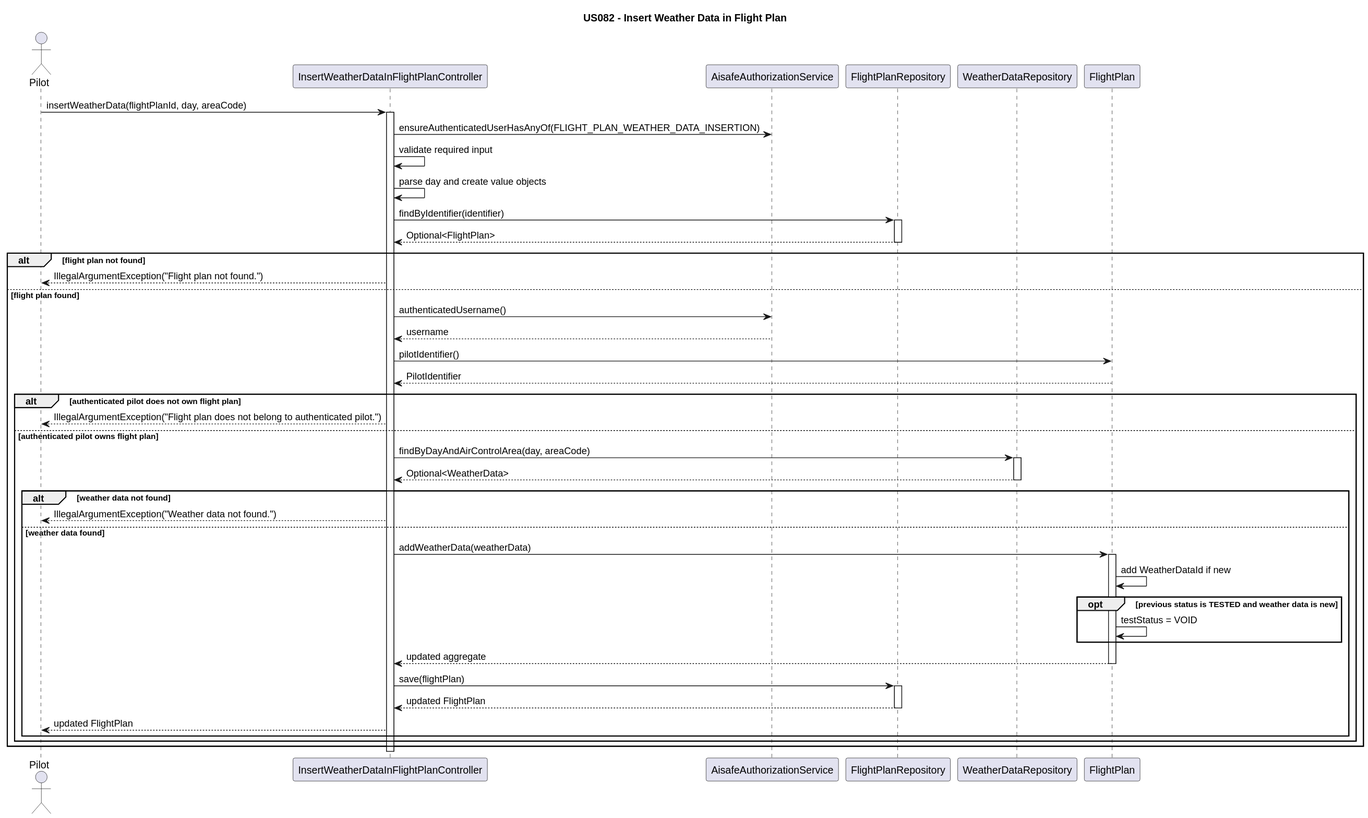
Before: docs/us_82/sequence-diagram-82.svg, a diagram exported from PlantUML (GustavoFerreira24/flight-management-platform).
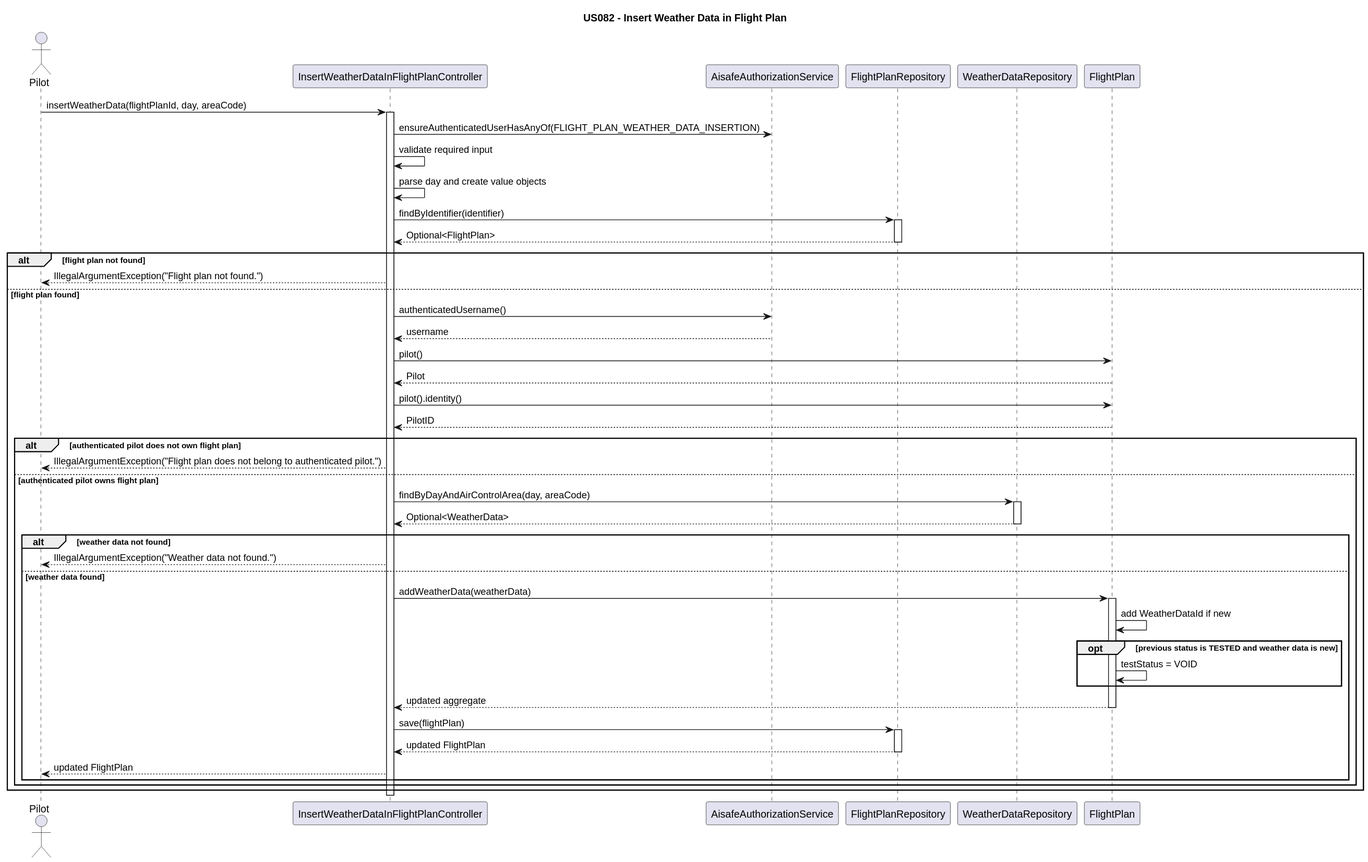
Later version of the same file.

Commit message:
US082 (Docs) - Refactor FlightPlan domain model: update relationships and add JpaFlightPlanRepository. Enhance README with new aggregate details and clarify dependencies. [#180]

What changed in the source:
```diff
@@ -25,8 +25,10 @@
 else flight plan found
     Controller -> Authz : authenticatedUsername()
     Authz --> Controller : username
-    Controller -> FlightPlan : pilotIdentifier()
-    FlightPlan --> Controller : PilotIdentifier
+    Controller -> FlightPlan : pilot()
+    FlightPlan --> Controller : Pilot
+    Controller -> FlightPlan : pilot().identity()
+    FlightPlan --> Controller : PilotID
 
     alt authenticated pilot does not own flight plan
         Controller --> Pilot : IllegalArgumentException("Flight plan does not belong to authenticated pilot.")
```
